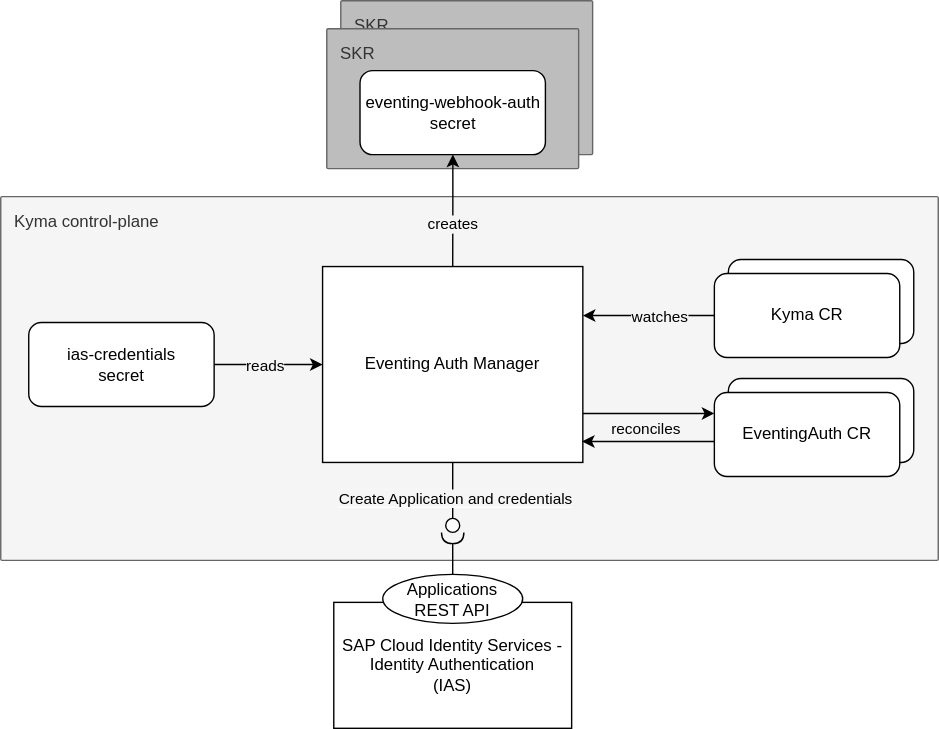
Earlier version of the draw.io export doc/overview.svg (kyma-project/eventing-auth-manager). Source tidied: cells renumbered, new cells last; positions are measured from the earlier drawing's top-left corner, leaving out a move shared by most shapes. Its diagram source:
```xml
<mxGraphModel>
  <root>
    <mxCell id="0" />
    <mxCell id="1" parent="0" />
    <mxCell id="2" value="Kyma control-plane" style="sketch=0;rounded=1;absoluteArcSize=1;arcSize=2;html=1;strokeColor=#666666;shadow=0;dashed=0;fontSize=12;fontColor=#333333;align=left;verticalAlign=top;spacing=10;spacingTop=-4;whiteSpace=wrap;fillColor=#f5f5f5;" parent="1" vertex="1">
      <mxGeometry y="140" width="670" height="260" as="geometry" />
    </mxCell>
    <mxCell id="3" value="ias-credentials&lt;br&gt;secret" style="rounded=1;whiteSpace=wrap;html=1;" parent="1" vertex="1">
      <mxGeometry x="20" y="230" width="132.5" height="60" as="geometry" />
    </mxCell>
    <mxCell id="4" style="edgeStyle=orthogonalEdgeStyle;rounded=0;jettySize=auto;html=1;entryX=1;entryY=0.5;entryDx=0;entryDy=0;startArrow=classic;startFill=1;endArrow=none;endFill=0;" parent="1" edge="1" source="8" target="3">
      <mxGeometry relative="1" as="geometry" />
    </mxCell>
    <mxCell id="5" value="reads" style="edgeLabel;html=1;align=center;verticalAlign=middle;spacing=2;labelBackgroundColor=#F5F5F5;spacingRight=0;" parent="4" vertex="1">
      <mxGeometry x="0.08" relative="1" as="geometry" />
    </mxCell>
    <mxCell id="6" style="edgeStyle=orthogonalEdgeStyle;rounded=0;jettySize=auto;html=1;exitX=1;exitY=0.75;exitDx=0;exitDy=0;entryX=0;entryY=0.25;entryDx=0;entryDy=0;" parent="1" edge="1" source="8" target="20">
      <mxGeometry relative="1" as="geometry" />
    </mxCell>
    <mxCell id="7" value="reconciles" style="edgeLabel;html=1;align=center;verticalAlign=middle;labelBackgroundColor=none;" parent="6" vertex="1">
      <mxGeometry x="-0.15" y="2" relative="1" as="geometry">
        <mxPoint x="4" y="12" as="offset" />
      </mxGeometry>
    </mxCell>
    <mxCell id="8" value="Eventing Auth Manager" style="rounded=0;whiteSpace=wrap;html=1;" parent="1" vertex="1">
      <mxGeometry x="230" y="190" width="186" height="140" as="geometry" />
    </mxCell>
    <mxCell id="9" style="group;" parent="1" vertex="1">
      <mxGeometry x="233" width="190" height="120" as="geometry" />
    </mxCell>
    <mxCell id="10" value="SKR" style="sketch=0;rounded=1;absoluteArcSize=1;arcSize=2;html=1;strokeColor=#666666;shadow=0;dashed=0;fontSize=12;align=left;verticalAlign=top;spacing=10;spacingTop=-4;whiteSpace=wrap;fillColor=#BDBDBD;fontColor=#333333;" parent="9" vertex="1">
      <mxGeometry x="10" width="180" height="110" as="geometry" />
    </mxCell>
    <mxCell id="11" value="SKR" style="sketch=0;rounded=1;absoluteArcSize=1;arcSize=2;html=1;strokeColor=#666666;shadow=0;dashed=0;fontSize=12;align=left;verticalAlign=top;spacing=10;spacingTop=-4;whiteSpace=wrap;fillColor=#BDBDBD;fontColor=#333333;" parent="9" vertex="1">
      <mxGeometry y="20" width="180" height="100" as="geometry" />
    </mxCell>
    <mxCell id="12" value="eventing-webhook-auth&lt;br&gt;secret" style="rounded=1;whiteSpace=wrap;html=1;" parent="9" vertex="1">
      <mxGeometry x="23.8" y="50" width="132.5" height="60" as="geometry" />
    </mxCell>
    <mxCell id="13" style="edgeStyle=orthogonalEdgeStyle;rounded=0;jettySize=auto;html=1;entryX=1;entryY=0.25;entryDx=0;entryDy=0;" parent="1" edge="1" source="17" target="8">
      <mxGeometry relative="1" as="geometry" />
    </mxCell>
    <mxCell id="14" value="watches" style="edgeLabel;html=1;align=center;verticalAlign=middle;labelBackgroundColor=#F5F5F5;" parent="13" vertex="1">
      <mxGeometry x="0.02" y="-1" relative="1" as="geometry">
        <mxPoint x="8" y="1" as="offset" />
      </mxGeometry>
    </mxCell>
    <mxCell id="15" style="group;" parent="1" vertex="1">
      <mxGeometry x="510" y="185" width="142.5" height="70" as="geometry" />
    </mxCell>
    <mxCell id="16" value="Kyma CR" style="rounded=1;whiteSpace=wrap;html=1;" parent="15" vertex="1">
      <mxGeometry x="10" width="132.5" height="60" as="geometry" />
    </mxCell>
    <mxCell id="17" value="Kyma CR" style="rounded=1;whiteSpace=wrap;html=1;" parent="15" vertex="1">
      <mxGeometry y="10" width="132.5" height="60" as="geometry" />
    </mxCell>
    <mxCell id="18" style="group;" parent="1" vertex="1">
      <mxGeometry x="510" y="270" width="142.5" height="70" as="geometry" />
    </mxCell>
    <mxCell id="19" value="Kyma CR" style="rounded=1;whiteSpace=wrap;html=1;" parent="18" vertex="1">
      <mxGeometry x="10" width="132.5" height="60" as="geometry" />
    </mxCell>
    <mxCell id="20" value="EventingAuth CR" style="rounded=1;whiteSpace=wrap;html=1;" parent="18" vertex="1">
      <mxGeometry y="10" width="132.5" height="60" as="geometry" />
    </mxCell>
    <mxCell id="21" style="edgeStyle=orthogonalEdgeStyle;rounded=0;orthogonalLoop=1;jettySize=auto;html=1;entryX=0.997;entryY=0.857;entryDx=0;entryDy=0;entryPerimeter=0;" parent="1" edge="1">
      <mxGeometry relative="1" as="geometry">
        <mxPoint x="510" y="315" as="sourcePoint" />
        <mxPoint x="415.4" y="315" as="targetPoint" />
      </mxGeometry>
    </mxCell>
    <mxCell id="22" value="creates" style="edgeStyle=orthogonalEdgeStyle;rounded=0;jettySize=auto;html=1;startArrow=classic;startFill=1;endArrow=none;endFill=0;labelBackgroundColor=#F5F5F5;" parent="1" edge="1" source="12" target="8">
      <mxGeometry x="0.25" relative="1" as="geometry" />
    </mxCell>
    <mxCell id="23" style="rounded=0;jettySize=auto;html=1;endArrow=none;endFill=0;sketch=0;sourcePerimeterSpacing=0;targetPerimeterSpacing=0;exitX=0.5;exitY=1;exitDx=0;exitDy=0;" parent="1" edge="1" source="8" target="26">
      <mxGeometry relative="1" as="geometry" />
    </mxCell>
    <mxCell id="24" value="&lt;span style=&quot;background-color: rgb(245, 245, 245);&quot;&gt;Create Application and credentials&lt;/span&gt;" style="edgeLabel;html=1;align=center;verticalAlign=middle;" parent="23" vertex="1">
      <mxGeometry x="0.23" y="1" relative="1" as="geometry" />
    </mxCell>
    <mxCell id="25" style="rounded=0;jettySize=auto;html=1;endArrow=halfCircle;endFill=0;endSize=6;strokeWidth=1;sketch=0;exitX=0.5;exitY=0;exitDx=0;exitDy=0;" parent="1" edge="1" source="28" target="26">
      <mxGeometry relative="1" as="geometry">
        <Array as="points">
          <mxPoint x="323" y="410" />
        </Array>
      </mxGeometry>
    </mxCell>
    <mxCell id="26" style="ellipse;whiteSpace=wrap;html=1;align=center;points=[];outlineConnect=0;sketch=0;" parent="1" vertex="1">
      <mxGeometry x="318" y="370" width="10" height="10" as="geometry" />
    </mxCell>
    <mxCell id="27" value="SAP Cloud Identity Services - Identity Authentication&lt;br&gt;(IAS)" style="rounded=0;whiteSpace=wrap;html=1;" parent="1" vertex="1">
      <mxGeometry x="238" y="430" width="170" height="90" as="geometry" />
    </mxCell>
    <mxCell id="28" value="Applications REST API" style="ellipse;whiteSpace=wrap;html=1;" parent="1" vertex="1">
      <mxGeometry x="273" y="410" width="100" height="35" as="geometry" />
    </mxCell>
  </root>
</mxGraphModel>
```
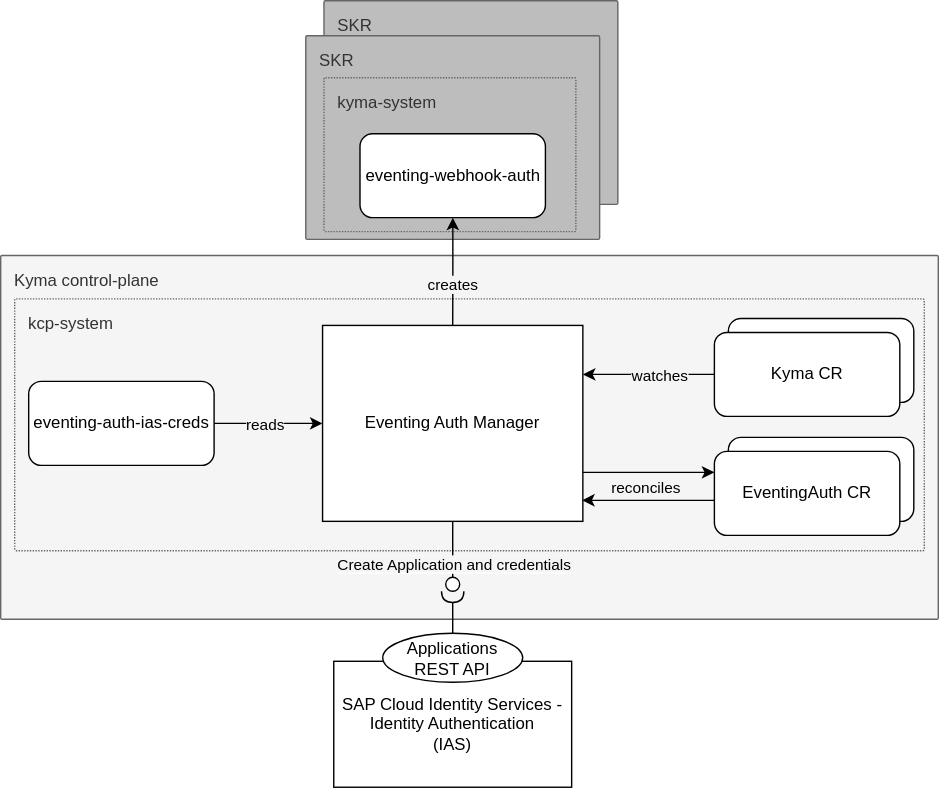
Above is the later version.

Commit message:
Update names and add namespaces

What changed in the source:
```diff
@@ -5,7 +5,19 @@
     <mxCell id="2" value="Kyma control-plane" style="sketch=0;rounded=1;absoluteArcSize=1;arcSize=2;html=1;strokeColor=#666666;shadow=0;dashed=0;fontSize=12;fontColor=#333333;align=left;verticalAlign=top;spacing=10;spacingTop=-4;whiteSpace=wrap;fillColor=#f5f5f5;" parent="1" vertex="1">
       <mxGeometry y="140" width="670" height="260" as="geometry" />
     </mxCell>
+    <mxCell id="29" value="kcp-system" style="sketch=0;rounded=1;absoluteArcSize=1;arcSize=2;html=1;strokeColor=#666666;shadow=0;dashed=1;fontSize=12;align=left;verticalAlign=top;spacing=10;spacingTop=-4;whiteSpace=wrap;fillColor=none;fontColor=#333333;dashPattern=1 1;" parent="1" vertex="1">
+      <mxGeometry x="10" y="171" width="650" height="180" as="geometry" />
+    </mxCell>
+    <mxCell id="10" value="SKR" style="sketch=0;rounded=1;absoluteArcSize=1;arcSize=2;html=1;strokeColor=#666666;shadow=0;dashed=0;fontSize=12;align=left;verticalAlign=top;spacing=10;spacingTop=-4;whiteSpace=wrap;fillColor=#BDBDBD;fontColor=#333333;" parent="1" vertex="1">
+      <mxGeometry x="231" y="-42" width="210" height="145.5" as="geometry" />
+    </mxCell>
+    <mxCell id="11" value="SKR" style="sketch=0;rounded=1;absoluteArcSize=1;arcSize=2;html=1;strokeColor=#666666;shadow=0;dashed=0;fontSize=12;align=left;verticalAlign=top;spacing=10;spacingTop=-4;whiteSpace=wrap;fillColor=#BDBDBD;fontColor=#333333;" parent="1" vertex="1">
+      <mxGeometry x="218" y="-17" width="210" height="145.5" as="geometry" />
+    </mxCell>
+    <mxCell id="30" value="kyma-system" style="sketch=0;rounded=1;absoluteArcSize=1;arcSize=2;html=1;strokeColor=#666666;shadow=0;dashed=1;fontSize=12;align=left;verticalAlign=top;spacing=10;spacingTop=-4;whiteSpace=wrap;fillColor=none;fontColor=#333333;dashPattern=1 1;" parent="1" vertex="1">
+      <mxGeometry x="231" y="13" width="180" height="110" as="geometry" />
+    </mxCell>
-    <mxCell id="3" value="ias-credentials&lt;br&gt;secret" style="rounded=1;whiteSpace=wrap;html=1;" parent="1" vertex="1">
+    <mxCell id="3" value="eventing-auth-ias-creds" style="rounded=1;whiteSpace=wrap;html=1;" parent="1" vertex="1">
       <mxGeometry x="20" y="230" width="132.5" height="60" as="geometry" />
     </mxCell>
     <mxCell id="4" style="edgeStyle=orthogonalEdgeStyle;rounded=0;jettySize=auto;html=1;entryX=1;entryY=0.5;entryDx=0;entryDy=0;startArrow=classic;startFill=1;endArrow=none;endFill=0;" parent="1" edge="1" source="8" target="3">
@@ -25,18 +37,6 @@
     <mxCell id="8" value="Eventing Auth Manager" style="rounded=0;whiteSpace=wrap;html=1;" parent="1" vertex="1">
       <mxGeometry x="230" y="190" width="186" height="140" as="geometry" />
     </mxCell>
-    <mxCell id="9" style="group;" parent="1" vertex="1">
-      <mxGeometry x="233" width="190" height="120" as="geometry" />
-    </mxCell>
-    <mxCell id="10" value="SKR" style="sketch=0;rounded=1;absoluteArcSize=1;arcSize=2;html=1;strokeColor=#666666;shadow=0;dashed=0;fontSize=12;align=left;verticalAlign=top;spacing=10;spacingTop=-4;whiteSpace=wrap;fillColor=#BDBDBD;fontColor=#333333;" parent="9" vertex="1">
-      <mxGeometry x="10" width="180" height="110" as="geometry" />
-    </mxCell>
-    <mxCell id="11" value="SKR" style="sketch=0;rounded=1;absoluteArcSize=1;arcSize=2;html=1;strokeColor=#666666;shadow=0;dashed=0;fontSize=12;align=left;verticalAlign=top;spacing=10;spacingTop=-4;whiteSpace=wrap;fillColor=#BDBDBD;fontColor=#333333;" parent="9" vertex="1">
-      <mxGeometry y="20" width="180" height="100" as="geometry" />
-    </mxCell>
-    <mxCell id="12" value="eventing-webhook-auth&lt;br&gt;secret" style="rounded=1;whiteSpace=wrap;html=1;" parent="9" vertex="1">
-      <mxGeometry x="23.8" y="50" width="132.5" height="60" as="geometry" />
-    </mxCell>
     <mxCell id="13" style="edgeStyle=orthogonalEdgeStyle;rounded=0;jettySize=auto;html=1;entryX=1;entryY=0.25;entryDx=0;entryDy=0;" parent="1" edge="1" source="17" target="8">
       <mxGeometry relative="1" as="geometry" />
     </mxCell>
@@ -76,7 +76,9 @@
       <mxGeometry relative="1" as="geometry" />
     </mxCell>
     <mxCell id="24" value="&lt;span style=&quot;background-color: rgb(245, 245, 245);&quot;&gt;Create Application and credentials&lt;/span&gt;" style="edgeLabel;html=1;align=center;verticalAlign=middle;" parent="23" vertex="1">
-      <mxGeometry x="0.23" y="1" relative="1" as="geometry" />
+      <mxGeometry x="0.23" y="1" relative="1" as="geometry">
+        <mxPoint x="-1" y="5" as="offset" />
+      </mxGeometry>
     </mxCell>
     <mxCell id="25" style="rounded=0;jettySize=auto;html=1;endArrow=halfCircle;endFill=0;endSize=6;strokeWidth=1;sketch=0;exitX=0.5;exitY=0;exitDx=0;exitDy=0;" parent="1" edge="1" source="28" target="26">
       <mxGeometry relative="1" as="geometry">
@@ -94,5 +96,8 @@
     <mxCell id="28" value="Applications REST API" style="ellipse;whiteSpace=wrap;html=1;" parent="1" vertex="1">
       <mxGeometry x="273" y="410" width="100" height="35" as="geometry" />
     </mxCell>
+    <mxCell id="12" value="eventing-webhook-auth" style="rounded=1;whiteSpace=wrap;html=1;" parent="1" vertex="1">
+      <mxGeometry x="256.8" y="53" width="132.5" height="60" as="geometry" />
+    </mxCell>
   </root>
 </mxGraphModel>
```
